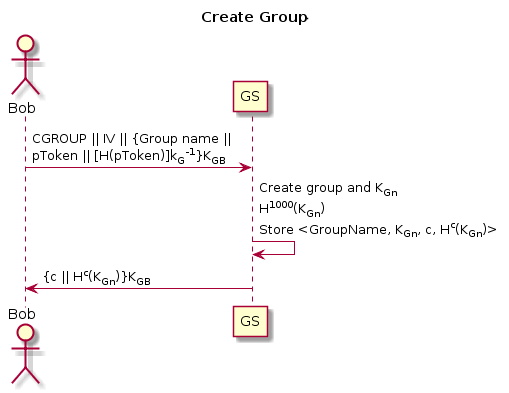
jondyer/cs1653-2017fa-jbd29-mar257-zds14 keeps this PlantUML diagram as reports/img/T6_Create_Group.png. Above is the earlier version. Its source is kept beside it as reports/img/T6_Create_Group.puml. The source it was exported from:
```plantuml
@startuml
title __Create Group__
actor Bob
participant GS

Bob -> GS: CGROUP || IV || {Group name || \npToken || [H(pToken)]k<sub>G</sub><sup>-1</sup>}K<sub>GB</sub>
GS -> GS: Create group and K<sub>Gn</sub> \nH<sup>1000</sup>(K<sub>Gn</sub>) \nStore <GroupName, K<sub>Gn</sub>, c, H<sup>c</sup>(K<sub>Gn</sub>)>
GS -> Bob: {c || H<sup>c</sup>(K<sub>Gn</sub>)}K<sub>GB</sub>
@enduml
```
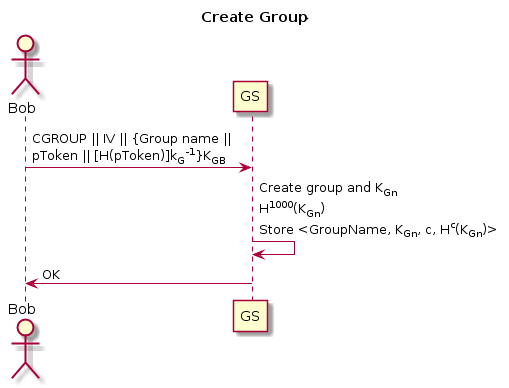
After the commit.

Diff of the diagram source:
```diff
@@ -5,5 +5,5 @@
 
 Bob -> GS: CGROUP || IV || {Group name || \npToken || [H(pToken)]k<sub>G</sub><sup>-1</sup>}K<sub>GB</sub>
 GS -> GS: Create group and K<sub>Gn</sub> \nH<sup>1000</sup>(K<sub>Gn</sub>) \nStore <GroupName, K<sub>Gn</sub>, c, H<sup>c</sup>(K<sub>Gn</sub>)>
-GS -> Bob: {c || H<sup>c</sup>(K<sub>Gn</sub>)}K<sub>GB</sub>
+GS -> Bob: OK
 @enduml
```
